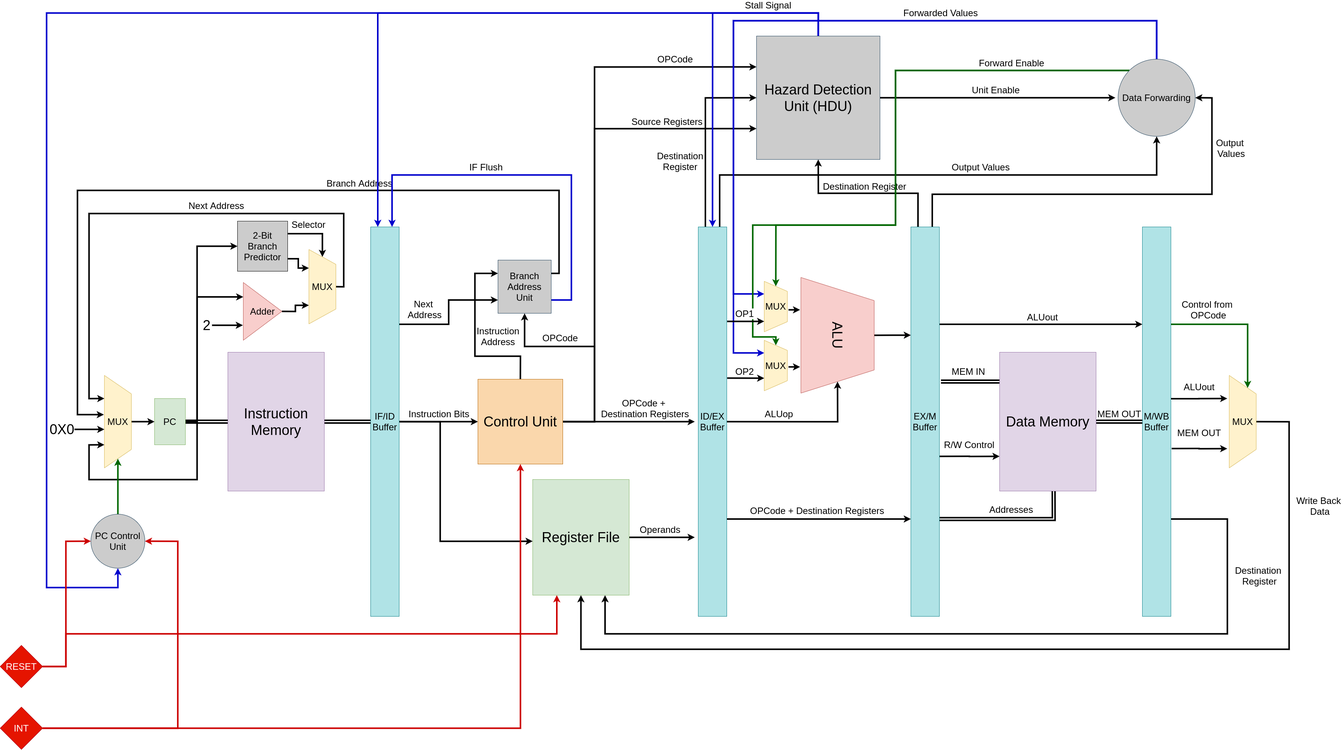
mido3ds/pipeline-risc-cpu keeps this draw.io diagram as docs/overall_system.png. Above is the earlier version. Source tidied: cells renumbered, new cells last; positions are measured from the earlier drawing's top-left corner, leaving out a move shared by most shapes.
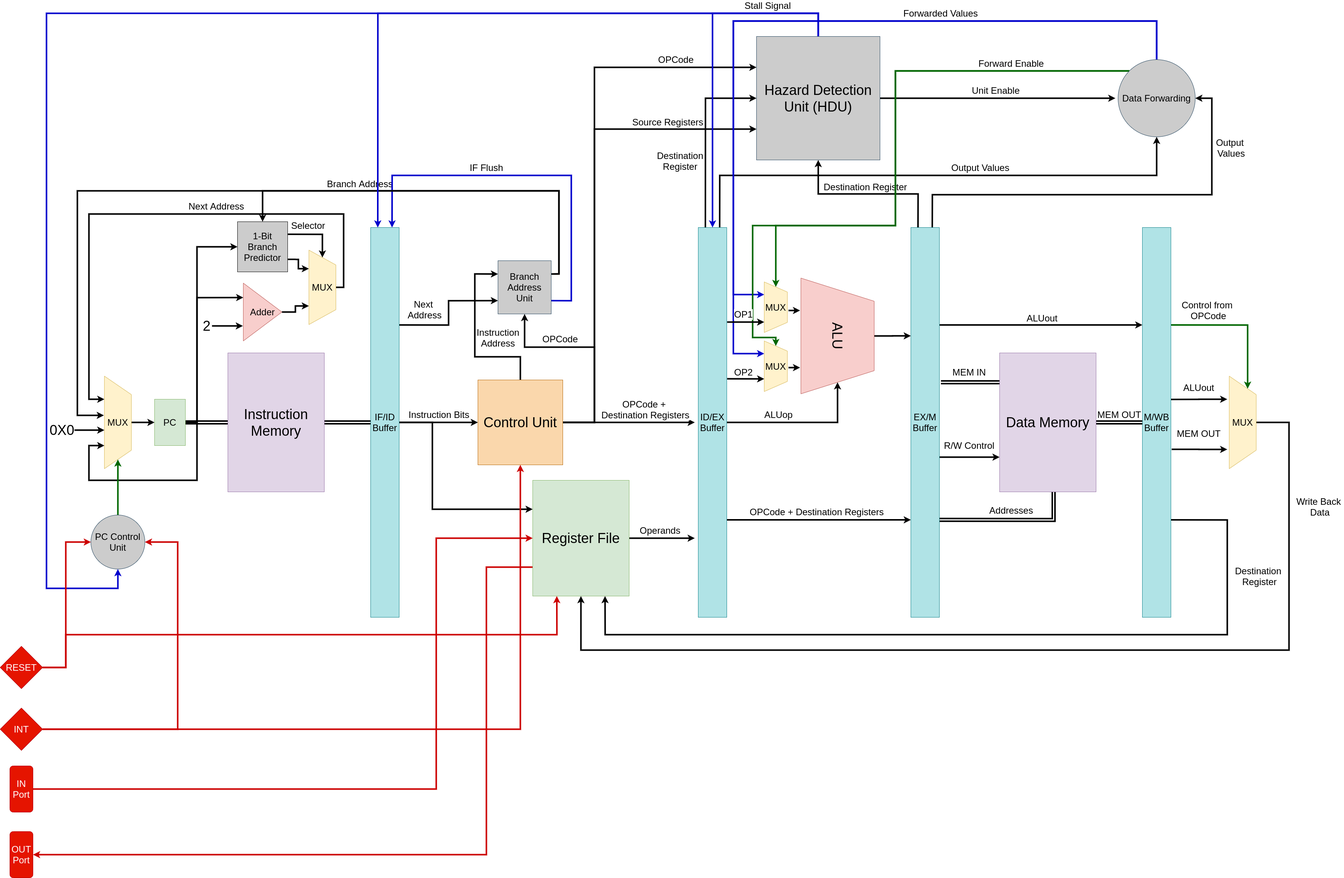
The same file after the commit.

Commit message:
added system ports

The edit, as a diff of the source:
```diff
@@ -5,19 +5,19 @@
     <mxCell id="2" value="&lt;font style=&quot;font-size: 24px&quot;&gt;Instruction&amp;nbsp;Bits&lt;/font&gt;" style="edgeStyle=orthogonalEdgeStyle;rounded=0;jettySize=auto;html=1;exitX=1;exitY=0.5;exitDx=0;exitDy=0;entryX=0;entryY=0.5;entryDx=0;entryDy=0;fillColor=none;strokeWidth=4;" parent="1" edge="1" source="5" target="27">
       <mxGeometry x="0.01" y="20" relative="1" as="geometry" />
     </mxCell>
+    <mxCell id="4" value="&lt;font style=&quot;font-size: 24px&quot;&gt;Next &lt;br&gt;Address&lt;/font&gt;" style="edgeStyle=orthogonalEdgeStyle;rounded=0;jettySize=auto;html=1;exitX=1;exitY=0.25;exitDx=0;exitDy=0;entryX=0;entryY=0.75;entryDx=0;entryDy=0;strokeColor=#000000;strokeWidth=4;fillColor=none;" parent="1" edge="1" source="5" target="39">
+      <mxGeometry x="0.04" y="62" relative="1" as="geometry">
+        <mxPoint y="-1" as="offset" />
+      </mxGeometry>
+    </mxCell>
-    <mxCell id="3" style="edgeStyle=orthogonalEdgeStyle;rounded=0;jettySize=auto;html=1;exitX=1;exitY=0.5;exitDx=0;exitDy=0;fillColor=none;strokeWidth=4;" parent="1" edge="1" source="5" target="29">
+    <mxCell id="3" style="edgeStyle=orthogonalEdgeStyle;rounded=0;jettySize=auto;html=1;exitX=1;exitY=0.5;exitDx=0;exitDy=0;entryX=0;entryY=0.25;entryDx=0;entryDy=0;strokeWidth=4;" parent="1" edge="1" source="5" target="29">
       <mxGeometry relative="1" as="geometry">
         <Array as="points">
-          <mxPoint x="1140" y="1060" />
-          <mxPoint x="1140" y="1370" />
+          <mxPoint x="1120" y="1060" />
+          <mxPoint x="1120" y="1285" />
         </Array>
       </mxGeometry>
     </mxCell>
-    <mxCell id="4" value="&lt;font style=&quot;font-size: 24px&quot;&gt;Next &lt;br&gt;Address&lt;/font&gt;" style="edgeStyle=orthogonalEdgeStyle;rounded=0;jettySize=auto;html=1;exitX=1;exitY=0.25;exitDx=0;exitDy=0;entryX=0;entryY=0.75;entryDx=0;entryDy=0;strokeColor=#000000;strokeWidth=4;fillColor=none;" parent="1" edge="1" source="5" target="39">
-      <mxGeometry x="0.04" y="62" relative="1" as="geometry">
-        <mxPoint y="-1" as="offset" />
-      </mxGeometry>
-    </mxCell>
     <mxCell id="5" value="&lt;font style=&quot;font-size: 24px&quot;&gt;IF/ID Buffer&lt;/font&gt;" style="rounded=0;whiteSpace=wrap;html=1;fillColor=#b0e3e6;strokeColor=#0e8088;" parent="1" vertex="1">
       <mxGeometry x="960" y="555" width="74" height="1010" as="geometry" />
     </mxCell>
@@ -142,6 +142,14 @@
         <mxPoint x="1800" y="1360" as="targetPoint" />
       </mxGeometry>
     </mxCell>
+    <mxCell id="89" style="edgeStyle=orthogonalEdgeStyle;rounded=0;jettySize=auto;html=1;exitX=0;exitY=0.75;exitDx=0;exitDy=0;entryX=0.5;entryY=0;entryDx=0;entryDy=0;strokeColor=#CC0000;strokeWidth=4;" parent="1" edge="1" source="29" target="93">
+      <mxGeometry relative="1" as="geometry">
+        <Array as="points">
+          <mxPoint x="1260" y="1435" />
+          <mxPoint x="1260" y="2180" />
+        </Array>
+      </mxGeometry>
+    </mxCell>
     <mxCell id="29" value="&lt;font style=&quot;font-size: 36px&quot;&gt;Register File&lt;/font&gt;" style="rounded=0;whiteSpace=wrap;html=1;fillColor=#d5e8d4;strokeColor=#82b366;" parent="1" vertex="1">
       <mxGeometry x="1380" y="1210" width="250" height="300" as="geometry" />
     </mxCell>
@@ -201,6 +209,15 @@
         </Array>
       </mxGeometry>
     </mxCell>
+    <mxCell id="90" style="edgeStyle=orthogonalEdgeStyle;rounded=0;jettySize=auto;html=1;exitX=1;exitY=0.25;exitDx=0;exitDy=0;entryX=0.5;entryY=0;entryDx=0;entryDy=0;strokeWidth=4;" parent="1" edge="1" source="39" target="86">
+      <mxGeometry relative="1" as="geometry">
+        <Array as="points">
+          <mxPoint x="1448" y="676" />
+          <mxPoint x="1448" y="460" />
+          <mxPoint x="680" y="460" />
+        </Array>
+      </mxGeometry>
+    </mxCell>
     <mxCell id="39" value="&lt;font style=&quot;font-size: 24px&quot;&gt;Branch Address Unit&lt;/font&gt;" style="whiteSpace=wrap;html=1;fillColor=#CCCCCC;strokeColor=#23445d;" parent="1" vertex="1">
       <mxGeometry x="1290" y="641" width="138" height="138" as="geometry" />
     </mxCell>
@@ -468,7 +485,7 @@
         </Array>
       </mxGeometry>
     </mxCell>
-    <mxCell id="86" value="&lt;font style=&quot;font-size: 24px&quot;&gt;2-Bit Branch Predictor&lt;/font&gt;" style="whiteSpace=wrap;html=1;fillColor=#CCCCCC;" parent="1" vertex="1">
+    <mxCell id="86" value="&lt;font style=&quot;font-size: 24px&quot;&gt;1-Bit Branch Predictor&lt;/font&gt;" style="whiteSpace=wrap;html=1;fillColor=#CCCCCC;" parent="1" vertex="1">
       <mxGeometry x="615" y="540" width="130" height="130" as="geometry" />
     </mxCell>
     <mxCell id="87" value="&lt;font style=&quot;font-size: 24px&quot;&gt;Next Address&lt;/font&gt;" style="edgeStyle=orthogonalEdgeStyle;rounded=0;jettySize=auto;html=1;exitX=0.5;exitY=0;exitDx=0;exitDy=0;entryX=0.25;entryY=1;entryDx=0;entryDy=0;strokeColor=#000000;strokeWidth=4;fillColor=none;" parent="1" edge="1" source="88" target="11">
@@ -484,5 +501,19 @@
     <mxCell id="88" value="&lt;font style=&quot;font-size: 24px&quot;&gt;MUX&lt;/font&gt;" style="shape=trapezoid;perimeter=trapezoidPerimeter;whiteSpace=wrap;html=1;direction=south;fillColor=#fff2cc;strokeColor=#d6b656;" parent="1" vertex="1">
       <mxGeometry x="800" y="613.5" width="70" height="193" as="geometry" />
     </mxCell>
+    <mxCell id="91" style="edgeStyle=orthogonalEdgeStyle;rounded=0;jettySize=auto;html=1;exitX=0.5;exitY=0;exitDx=0;exitDy=0;entryX=0;entryY=0.5;entryDx=0;entryDy=0;strokeWidth=4;strokeColor=#CC0000;" parent="1" edge="1" source="92" target="29">
+      <mxGeometry relative="1" as="geometry">
+        <Array as="points">
+          <mxPoint x="1130" y="2010" />
+          <mxPoint x="1130" y="1360" />
+        </Array>
+      </mxGeometry>
+    </mxCell>
+    <mxCell id="92" value="&lt;font style=&quot;font-size: 24px&quot;&gt;IN Port&lt;/font&gt;" style="rounded=1;whiteSpace=wrap;html=1;direction=south;fillColor=#e51400;strokeColor=#B20000;fontColor=#ffffff;" parent="1" vertex="1">
+      <mxGeometry x="25" y="1950" width="60" height="120" as="geometry" />
+    </mxCell>
+    <mxCell id="93" value="&lt;font style=&quot;font-size: 24px&quot;&gt;OUT Port&lt;/font&gt;" style="rounded=1;whiteSpace=wrap;html=1;direction=south;fillColor=#e51400;strokeColor=#B20000;fontColor=#ffffff;" parent="1" vertex="1">
+      <mxGeometry x="25" y="2120" width="60" height="120" as="geometry" />
+    </mxCell>
   </root>
 </mxGraphModel>
```
